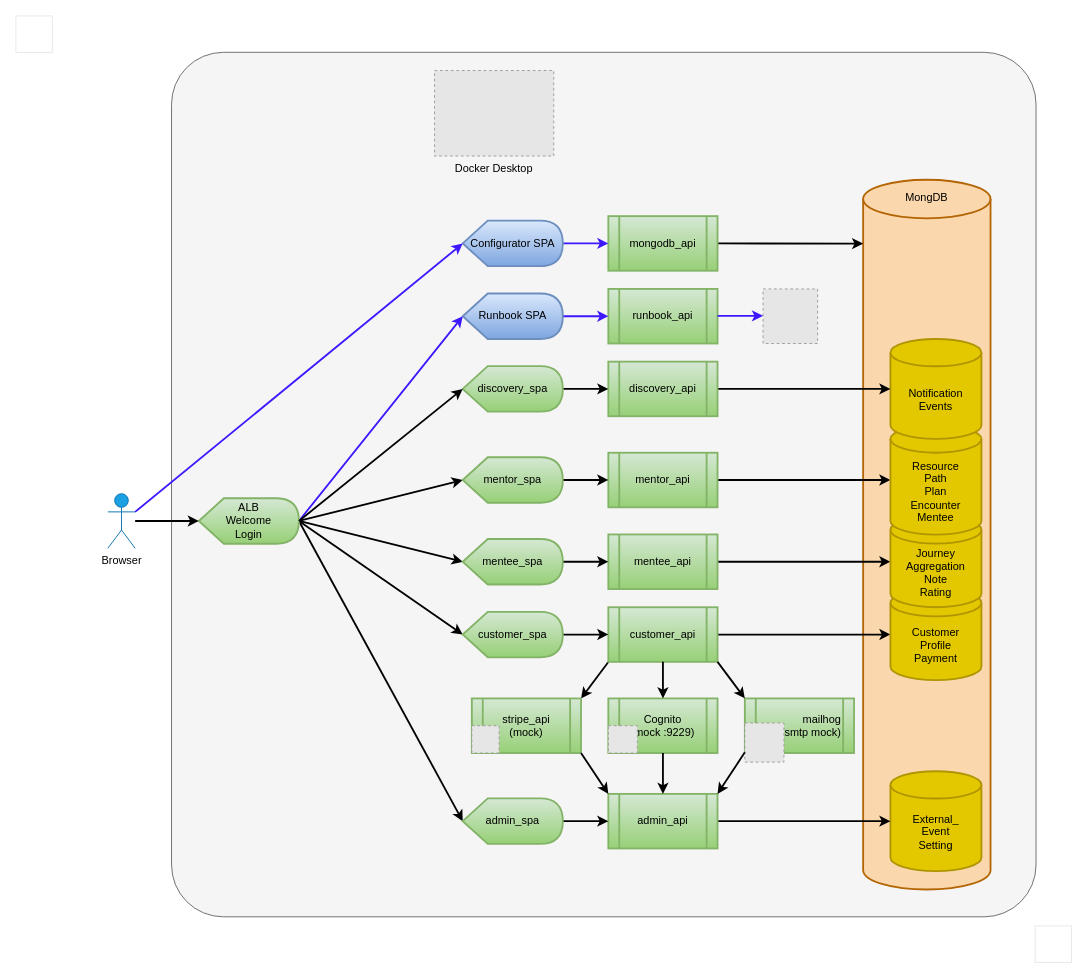
Before: Specifications/ArchitectureDiagram.local.drawio in mentor-forge/mentorhub, a draw.io diagram. Source tidied: cells renumbered, new cells numbered last; positions are measured from the earlier drawing's top-left corner, leaving out a move shared by most shapes. Both pictures are drawn from the tidied source at 91%, with x=0, y=0 at pixel (15, 15). Pictures stored in the file or linked from it are replaced by grey dashed boxes.
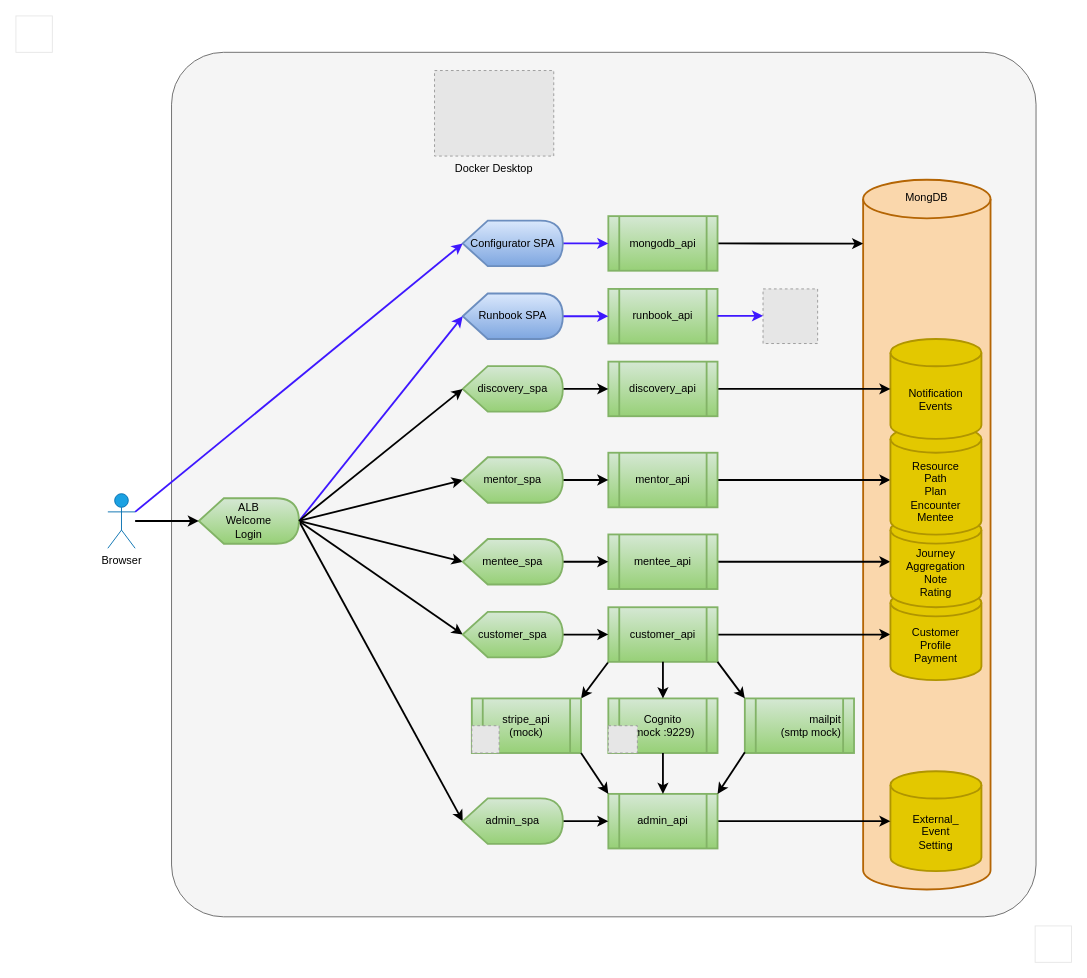
Above is the later version.

Commit message (it also covers changes not shown here):
Switched Mailhog to mailpit

The change refers to these unchanged cells:
```xml
<mxCell id="29" value="admin_api" style="shape=process;whiteSpace=wrap;html=1;backgroundOutline=1;strokeColor=#82b366;strokeWidth=2;fillColor=#d5e8d4;gradientColor=#97d077;fontColor=#000000;" parent="1" vertex="1">
  <mxGeometry x="651" y="854.9" width="120" height="60" as="geometry" />
</mxCell>
<mxCell id="48" style="group;" parent="1" vertex="1">
  <mxGeometry x="801" y="750" width="120" height="70" as="geometry" />
</mxCell>
```

The edit, as a diff of the source:
```diff
@@
-    <mxCell id="49" value="mailhog&lt;br&gt;(smtp mock)" style="shape=process;whiteSpace=wrap;html=1;backgroundOutline=1;strokeColor=#82b366;strokeWidth=2;fillColor=#d5e8d4;gradientColor=#97d077;fontColor=#000000;align=right;" parent="48" vertex="1">
+    <mxCell id="49" value="mailpit&lt;br&gt;(smtp mock)" style="shape=process;whiteSpace=wrap;html=1;backgroundOutline=1;strokeColor=#82b366;strokeWidth=2;fillColor=#d5e8d4;gradientColor=#97d077;fontColor=#000000;align=right;" parent="48" vertex="1">
       <mxGeometry width="120" height="60" as="geometry" />
     </mxCell>
-    <mxCell id="50" style="fillColor=#E6E6E6;strokeColor=#999999;dashed=1;verticalLabelPosition=bottom;labelBackgroundColor=default;verticalAlign=top;" parent="48" vertex="1">
-      <mxGeometry y="27" width="43" height="43" as="geometry" />
-    </mxCell>
@@
-    <mxCell id="57" style="edgeStyle=none;html=1;strokeColor=#000000;strokeWidth=2;entryX=1;entryY=0;entryDx=0;entryDy=0;exitX=0;exitY=0.75;exitDx=0;exitDy=0;" parent="1" edge="1" source="50" target="29">
-      <mxGeometry relative="1" as="geometry" />
+    <mxCell id="57" style="edgeStyle=none;html=1;strokeColor=#000000;strokeWidth=2;entryX=1;entryY=0;entryDx=0;entryDy=0;exitX=0;exitY=0.75;exitDx=0;exitDy=0;" parent="1" edge="1" target="29">
+      <mxGeometry relative="1" as="geometry">
+        <mxPoint x="801" y="809.2" as="sourcePoint" />
+      </mxGeometry>
     </mxCell>
```
